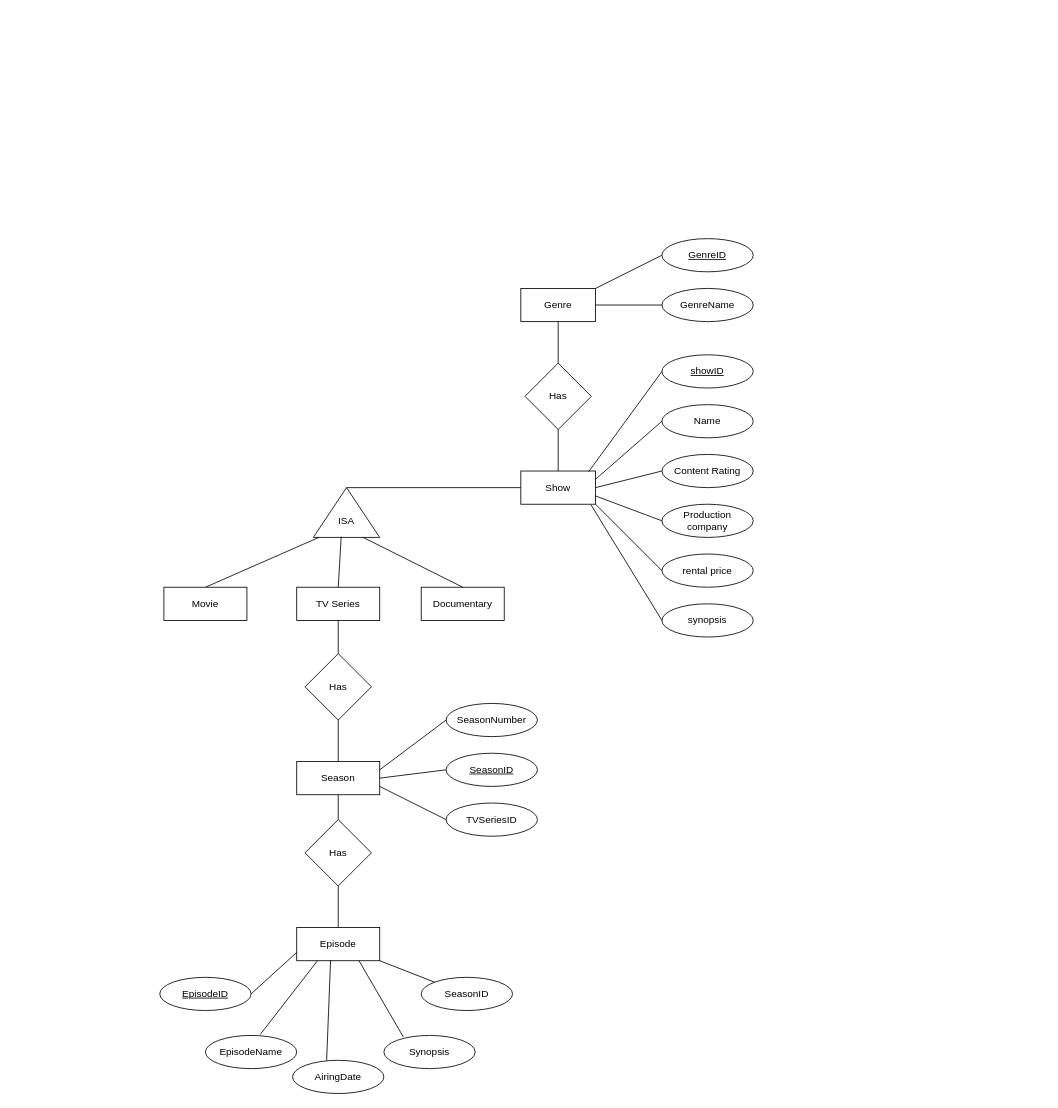
JeremyCrete/363A1 keeps this draw.io diagram as Q1.drawio. Above is the earlier version. Source tidied: cells renumbered, new cells numbered last; positions are measured from the earlier drawing's top-left corner, leaving out a move shared by most shapes. Both pictures are drawn from the tidied source at 83%, with x=0, y=0 at pixel (159, 238).
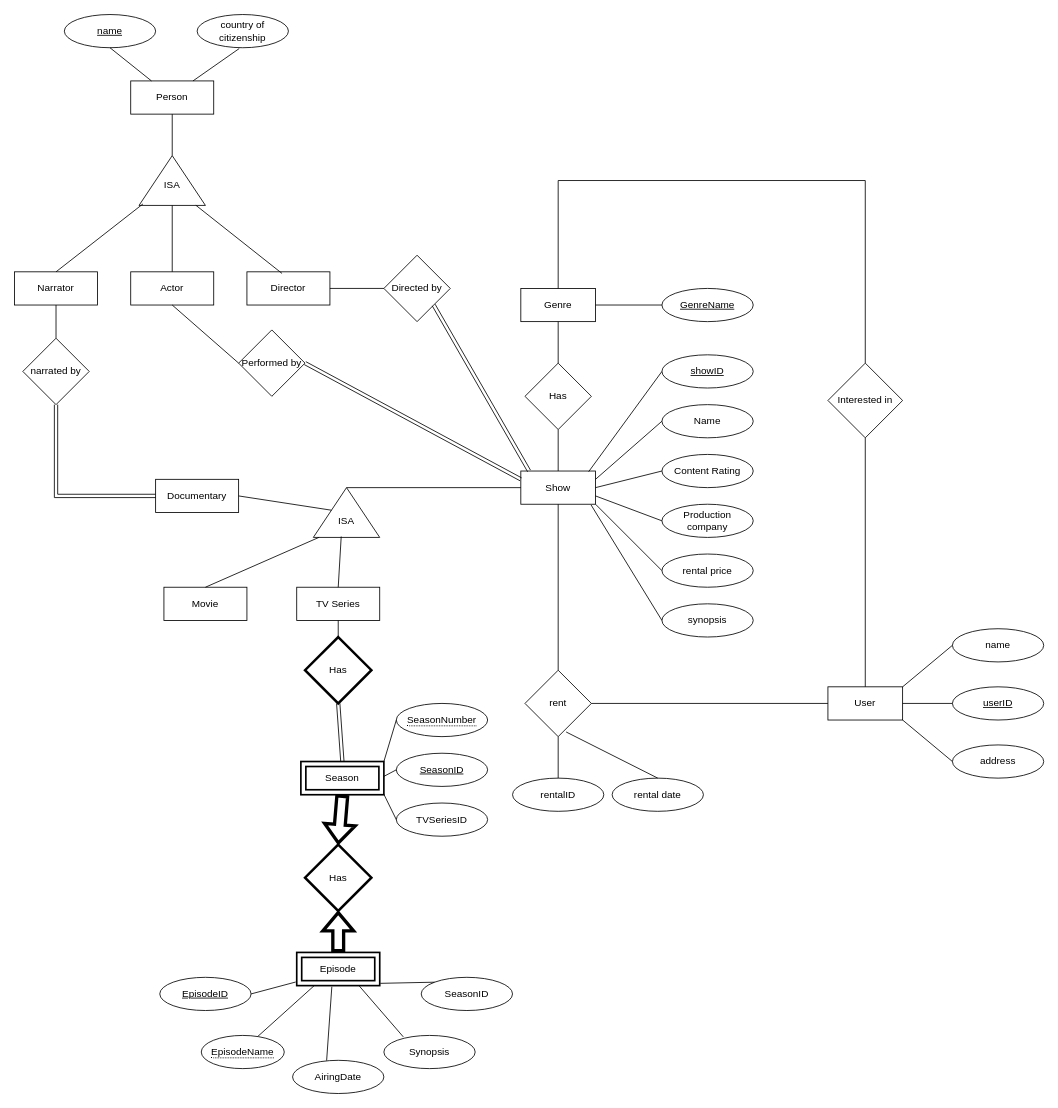
Above is the later version.

Unchanged cells that the change refers to:
```xml
<mxCell id="2" value="Show" style="html=1;whiteSpace=wrap;" parent="1" vertex="1">
  <mxGeometry x="435" y="280" width="90" height="40" as="geometry" />
</mxCell>
<mxCell id="15" style="triangle;whiteSpace=wrap;html=1;rotation=-90;" parent="1" vertex="1">
  <mxGeometry x="195" y="290" width="60" height="80" as="geometry" />
</mxCell>
<mxCell id="20" value="TV Series" style="rounded=0;whiteSpace=wrap;html=1;" parent="1" vertex="1">
  <mxGeometry x="165" y="420" width="100" height="40" as="geometry" />
</mxCell>
<mxCell id="23" value="Genre" style="html=1;whiteSpace=wrap;" parent="1" vertex="1">
  <mxGeometry x="435" y="60" width="90" height="40" as="geometry" />
</mxCell>
<mxCell id="46" value="&lt;u&gt;EpisodeID&lt;/u&gt;" style="ellipse;whiteSpace=wrap;html=1;" parent="1" vertex="1">
  <mxGeometry y="890" width="110" height="40" as="geometry" />
</mxCell>
<mxCell id="47" value="SeasonID" style="ellipse;whiteSpace=wrap;html=1;" parent="1" vertex="1">
  <mxGeometry x="315" y="890" width="110" height="40" as="geometry" />
</mxCell>
<mxCell id="50" value="AiringDate" style="ellipse;whiteSpace=wrap;html=1;" parent="1" vertex="1">
  <mxGeometry x="160" y="990" width="110" height="40" as="geometry" />
</mxCell>
```

Change to the diagram source:
```diff
@@
     <mxCell id="19" value="Documentary" style="rounded=0;whiteSpace=wrap;html=1;" parent="1" vertex="1">
-      <mxGeometry x="315" y="420" width="100" height="40" as="geometry" />
+      <mxGeometry x="-5" y="290" width="100" height="40" as="geometry" />
     </mxCell>
@@
-    <mxCell id="25" value="GenreName" style="ellipse;whiteSpace=wrap;html=1;" parent="1" vertex="1">
+    <mxCell id="25" value="&lt;u&gt;GenreName&lt;/u&gt;" style="ellipse;whiteSpace=wrap;html=1;" parent="1" vertex="1">
       <mxGeometry x="605" y="60" width="110" height="40" as="geometry" />
     </mxCell>
@@
-    <mxCell id="28" style="endArrow=none;html=1;rounded=0;entryX=0;entryY=0.75;entryDx=0;entryDy=0;exitX=0.5;exitY=0;exitDx=0;exitDy=0;" parent="1" edge="1" source="19" target="15">
+    <mxCell id="28" style="endArrow=none;html=1;rounded=0;entryX=1;entryY=0.5;entryDx=0;entryDy=0;" parent="1" edge="1" source="15" target="19">
       <mxGeometry relative="1" as="geometry" />
     </mxCell>
@@
-    <mxCell id="30" value="Season" style="rounded=0;whiteSpace=wrap;html=1;" parent="1" vertex="1">
-      <mxGeometry x="165" y="630" width="100" height="40" as="geometry" />
-    </mxCell>
-    <mxCell id="31" value="Episode" style="rounded=0;whiteSpace=wrap;html=1;" parent="1" vertex="1">
-      <mxGeometry x="165" y="830" width="100" height="40" as="geometry" />
-    </mxCell>
-    <mxCell id="32" style="endArrow=none;html=1;rounded=0;exitX=1;exitY=0;exitDx=0;exitDy=0;entryX=0;entryY=0.5;entryDx=0;entryDy=0;" parent="1" edge="1" source="23" target="33">
-      <mxGeometry relative="1" as="geometry" />
-    </mxCell>
-    <mxCell id="33" value="&lt;u&gt;GenreID&lt;/u&gt;" style="ellipse;whiteSpace=wrap;html=1;" parent="1" vertex="1">
-      <mxGeometry x="605" width="110" height="40" as="geometry" />
-    </mxCell>
-    <mxCell id="34" value="Has" style="rhombus;whiteSpace=wrap;html=1;" parent="1" vertex="1">
-      <mxGeometry x="175" y="500" width="80" height="80" as="geometry" />
+    <mxCell id="34" value="Has" style="rhombus;whiteSpace=wrap;html=1;strokeWidth=3;" parent="1" vertex="1">
+      <mxGeometry x="175" y="480" width="80" height="80" as="geometry" />
     </mxCell>
-    <mxCell id="35" value="Has" style="rhombus;whiteSpace=wrap;html=1;" parent="1" vertex="1">
-      <mxGeometry x="175" y="700" width="80" height="80" as="geometry" />
+    <mxCell id="35" value="Has" style="rhombus;whiteSpace=wrap;html=1;strokeWidth=3;" parent="1" vertex="1">
+      <mxGeometry x="175" y="730" width="80" height="80" as="geometry" />
     </mxCell>
     <mxCell id="36" value="&lt;u&gt;SeasonID&lt;/u&gt;" style="ellipse;whiteSpace=wrap;html=1;" parent="1" vertex="1">
-      <mxGeometry x="345" y="620" width="110" height="40" as="geometry" />
+      <mxGeometry x="285" y="620" width="110" height="40" as="geometry" />
     </mxCell>
-    <mxCell id="37" value="SeasonNumber" style="ellipse;whiteSpace=wrap;html=1;" parent="1" vertex="1">
-      <mxGeometry x="345" y="560" width="110" height="40" as="geometry" />
-    </mxCell>
     <mxCell id="38" value="TVSeriesID" style="ellipse;whiteSpace=wrap;html=1;" parent="1" vertex="1">
-      <mxGeometry x="345" y="680" width="110" height="40" as="geometry" />
+      <mxGeometry x="285" y="680" width="110" height="40" as="geometry" />
     </mxCell>
-    <mxCell id="39" style="endArrow=none;html=1;rounded=0;exitX=1;exitY=0.25;exitDx=0;exitDy=0;entryX=0;entryY=0.5;entryDx=0;entryDy=0;" parent="1" edge="1" source="30" target="37">
+    <mxCell id="39" style="endArrow=none;html=1;rounded=0;exitX=1;exitY=0;exitDx=0;exitDy=0;entryX=0;entryY=0.5;entryDx=0;entryDy=0;" parent="1" edge="1" source="30" target="37">
       <mxGeometry relative="1" as="geometry" />
     </mxCell>
-    <mxCell id="40" style="endArrow=none;html=1;rounded=0;exitX=1;exitY=0.5;exitDx=0;exitDy=0;entryX=0;entryY=0.5;entryDx=0;entryDy=0;" parent="1" edge="1" source="30" target="36">
+    <mxCell id="40" style="endArrow=none;html=1;rounded=0;exitX=1.002;exitY=0.445;exitDx=0;exitDy=0;entryX=0;entryY=0.5;entryDx=0;entryDy=0;exitPerimeter=0;" parent="1" edge="1" source="30" target="36">
       <mxGeometry relative="1" as="geometry" />
     </mxCell>
-    <mxCell id="41" style="endArrow=none;html=1;rounded=0;exitX=1;exitY=0.75;exitDx=0;exitDy=0;entryX=0;entryY=0.5;entryDx=0;entryDy=0;" parent="1" edge="1" source="30" target="38">
+    <mxCell id="41" style="endArrow=none;html=1;rounded=0;exitX=0.982;exitY=0.895;exitDx=0;exitDy=0;entryX=0;entryY=0.5;entryDx=0;entryDy=0;exitPerimeter=0;" parent="1" edge="1" source="30" target="38">
       <mxGeometry relative="1" as="geometry" />
     </mxCell>
-    <mxCell id="42" style="endArrow=none;html=1;rounded=0;entryX=0.5;entryY=1;entryDx=0;entryDy=0;exitX=0.5;exitY=0;exitDx=0;exitDy=0;" parent="1" edge="1" source="34" target="20">
-      <mxGeometry relative="1" as="geometry" />
-    </mxCell>
-    <mxCell id="43" style="endArrow=none;html=1;rounded=0;entryX=0.5;entryY=1;entryDx=0;entryDy=0;exitX=0.5;exitY=0;exitDx=0;exitDy=0;" parent="1" edge="1" source="30" target="34">
-      <mxGeometry relative="1" as="geometry" />
-    </mxCell>
-    <mxCell id="44" style="endArrow=none;html=1;rounded=0;entryX=0.5;entryY=1;entryDx=0;entryDy=0;exitX=0.5;exitY=0;exitDx=0;exitDy=0;" parent="1" edge="1" source="35" target="30">
-      <mxGeometry relative="1" as="geometry" />
-    </mxCell>
-    <mxCell id="45" style="endArrow=none;html=1;rounded=0;entryX=0.5;entryY=1;entryDx=0;entryDy=0;exitX=0.5;exitY=0;exitDx=0;exitDy=0;" parent="1" edge="1" source="31" target="35">
-      <mxGeometry relative="1" as="geometry" />
-    </mxCell>
@@
-    <mxCell id="49" value="EpisodeName" style="ellipse;whiteSpace=wrap;html=1;" parent="1" vertex="1">
-      <mxGeometry x="55" y="960" width="110" height="40" as="geometry" />
-    </mxCell>
@@
-    <mxCell id="51" style="endArrow=none;html=1;rounded=0;entryX=0;entryY=0.75;entryDx=0;entryDy=0;exitX=1;exitY=0.5;exitDx=0;exitDy=0;" parent="1" edge="1" source="46" target="31">
+    <mxCell id="51" style="endArrow=none;html=1;rounded=0;entryX=-0.012;entryY=0.891;entryDx=0;entryDy=0;exitX=1;exitY=0.5;exitDx=0;exitDy=0;entryPerimeter=0;" parent="1" edge="1" source="46" target="31">
       <mxGeometry relative="1" as="geometry" />
     </mxCell>
-    <mxCell id="52" style="endArrow=none;html=1;rounded=0;entryX=0.25;entryY=1;entryDx=0;entryDy=0;exitX=0.6;exitY=-0.027;exitDx=0;exitDy=0;exitPerimeter=0;" parent="1" edge="1" source="49" target="31">
+    <mxCell id="52" style="endArrow=none;html=1;rounded=0;entryX=0.209;entryY=1.005;entryDx=0;entryDy=0;exitX=0.675;exitY=0.044;exitDx=0;exitDy=0;exitPerimeter=0;entryPerimeter=0;" parent="1" edge="1" source="49" target="31">
       <mxGeometry relative="1" as="geometry" />
     </mxCell>
-    <mxCell id="53" style="endArrow=none;html=1;rounded=0;entryX=0.408;entryY=0.985;entryDx=0;entryDy=0;entryPerimeter=0;exitX=0.373;exitY=0.008;exitDx=0;exitDy=0;exitPerimeter=0;" parent="1" edge="1" source="50" target="31">
+    <mxCell id="53" style="endArrow=none;html=1;rounded=0;entryX=0.423;entryY=1.032;entryDx=0;entryDy=0;entryPerimeter=0;exitX=0.373;exitY=0.008;exitDx=0;exitDy=0;exitPerimeter=0;" parent="1" edge="1" source="50" target="31">
       <mxGeometry relative="1" as="geometry" />
     </mxCell>
@@
-    <mxCell id="55" style="endArrow=none;html=1;rounded=0;entryX=1;entryY=1;entryDx=0;entryDy=0;exitX=0;exitY=0;exitDx=0;exitDy=0;" parent="1" edge="1" source="47" target="31">
+    <mxCell id="55" style="endArrow=none;html=1;rounded=0;entryX=1.007;entryY=0.931;entryDx=0;entryDy=0;exitX=0;exitY=0;exitDx=0;exitDy=0;entryPerimeter=0;" parent="1" edge="1" source="47" target="31">
       <mxGeometry relative="1" as="geometry" />
     </mxCell>
+    <mxCell id="56" value="Director" style="rounded=0;whiteSpace=wrap;html=1;" parent="1" vertex="1">
+      <mxGeometry x="105" y="40" width="100" height="40" as="geometry" />
+    </mxCell>
+    <mxCell id="57" value="Actor" style="rounded=0;whiteSpace=wrap;html=1;" parent="1" vertex="1">
+      <mxGeometry x="-35" y="40" width="100" height="40" as="geometry" />
+    </mxCell>
+    <mxCell id="58" value="Narrator" style="rounded=0;whiteSpace=wrap;html=1;" parent="1" vertex="1">
+      <mxGeometry x="-175" y="40" width="100" height="40" as="geometry" />
+    </mxCell>
+    <mxCell id="59" style="triangle;whiteSpace=wrap;html=1;rotation=-90;" parent="1" vertex="1">
+      <mxGeometry x="-15" y="-110" width="60" height="80" as="geometry" />
+    </mxCell>
+    <mxCell id="60" value="ISA" style="text;html=1;align=center;verticalAlign=middle;whiteSpace=wrap;rounded=0;" parent="1" vertex="1">
+      <mxGeometry x="-15" y="-80" width="60" height="30" as="geometry" />
+    </mxCell>
+    <mxCell id="61" style="endArrow=none;html=1;rounded=0;entryX=0;entryY=0.5;entryDx=0;entryDy=0;exitX=0.5;exitY=0;exitDx=0;exitDy=0;" parent="1" edge="1" source="57" target="59">
+      <mxGeometry relative="1" as="geometry" />
+    </mxCell>
+    <mxCell id="62" value="Person" style="rounded=0;whiteSpace=wrap;html=1;" parent="1" vertex="1">
+      <mxGeometry x="-35" y="-190" width="100" height="40" as="geometry" />
+    </mxCell>
+    <mxCell id="63" style="endArrow=none;html=1;rounded=0;entryX=0.5;entryY=1;entryDx=0;entryDy=0;exitX=1;exitY=0.5;exitDx=0;exitDy=0;" parent="1" edge="1" source="59" target="62">
+      <mxGeometry relative="1" as="geometry" />
+    </mxCell>
+    <mxCell id="64" style="endArrow=none;html=1;rounded=0;entryX=0.03;entryY=0.059;entryDx=0;entryDy=0;entryPerimeter=0;exitX=0.5;exitY=0;exitDx=0;exitDy=0;" parent="1" edge="1" source="58" target="59">
+      <mxGeometry relative="1" as="geometry" />
+    </mxCell>
+    <mxCell id="65" style="endArrow=none;html=1;rounded=0;entryX=0.003;entryY=0.856;entryDx=0;entryDy=0;entryPerimeter=0;exitX=0.423;exitY=0.049;exitDx=0;exitDy=0;exitPerimeter=0;" parent="1" edge="1" source="56" target="59">
+      <mxGeometry relative="1" as="geometry" />
+    </mxCell>
+    <mxCell id="66" value="Directed by" style="rhombus;whiteSpace=wrap;html=1;" parent="1" vertex="1">
+      <mxGeometry x="270" y="20" width="80" height="80" as="geometry" />
+    </mxCell>
+    <mxCell id="67" style="endArrow=none;html=1;rounded=0;entryX=0;entryY=0.5;entryDx=0;entryDy=0;exitX=1;exitY=0.5;exitDx=0;exitDy=0;" parent="1" edge="1" source="56" target="66">
+      <mxGeometry relative="1" as="geometry" />
+    </mxCell>
+    <mxCell id="68" value="Performed by" style="rhombus;whiteSpace=wrap;html=1;" parent="1" vertex="1">
+      <mxGeometry x="95" y="110" width="80" height="80" as="geometry" />
+    </mxCell>
+    <mxCell id="69" style="endArrow=none;html=1;rounded=0;entryX=0;entryY=0.5;entryDx=0;entryDy=0;exitX=0.5;exitY=1;exitDx=0;exitDy=0;" parent="1" edge="1" source="57" target="68">
+      <mxGeometry relative="1" as="geometry" />
+    </mxCell>
+    <mxCell id="70" value="&lt;u&gt;name&lt;/u&gt;" style="ellipse;whiteSpace=wrap;html=1;strokeColor=default;align=center;verticalAlign=middle;fontFamily=Helvetica;fontSize=12;fontColor=default;fillColor=default;" parent="1" vertex="1">
+      <mxGeometry x="-115" y="-270" width="110" height="40" as="geometry" />
+    </mxCell>
+    <mxCell id="71" value="country of citizenship" style="ellipse;whiteSpace=wrap;html=1;strokeColor=default;align=center;verticalAlign=middle;fontFamily=Helvetica;fontSize=12;fontColor=default;fillColor=default;" parent="1" vertex="1">
+      <mxGeometry x="45" y="-270" width="110" height="40" as="geometry" />
+    </mxCell>
+    <mxCell id="72" style="endArrow=none;html=1;rounded=0;entryX=0.5;entryY=1;entryDx=0;entryDy=0;" parent="1" edge="1" source="62" target="70">
+      <mxGeometry relative="1" as="geometry" />
+    </mxCell>
+    <mxCell id="73" style="endArrow=none;html=1;rounded=0;entryX=0.461;entryY=1.025;entryDx=0;entryDy=0;entryPerimeter=0;exitX=0.75;exitY=0;exitDx=0;exitDy=0;" parent="1" edge="1" source="62" target="71">
+      <mxGeometry relative="1" as="geometry" />
+    </mxCell>
+    <mxCell id="74" value="narrated by" style="rhombus;whiteSpace=wrap;html=1;" parent="1" vertex="1">
+      <mxGeometry x="-165" y="120" width="80" height="80" as="geometry" />
+    </mxCell>
+    <mxCell id="75" style="endArrow=none;html=1;rounded=0;entryX=0.5;entryY=1;entryDx=0;entryDy=0;exitX=0.5;exitY=0;exitDx=0;exitDy=0;" parent="1" edge="1" source="74" target="58">
+      <mxGeometry relative="1" as="geometry" />
+    </mxCell>
+    <mxCell id="31" value="Episode" style="shape=ext;margin=3;double=1;whiteSpace=wrap;html=1;align=center;strokeWidth=2;" parent="1" vertex="1">
+      <mxGeometry x="165" y="860" width="100" height="40" as="geometry" />
+    </mxCell>
+    <mxCell id="76" style="shape=link;html=1;rounded=0;entryX=0;entryY=0.25;entryDx=0;entryDy=0;exitX=1;exitY=0.5;exitDx=0;exitDy=0;" parent="1" edge="1" source="68" target="2">
+      <mxGeometry relative="1" as="geometry" />
+    </mxCell>
+    <mxCell id="77" style="shape=link;html=1;rounded=0;entryX=0.11;entryY=-0.003;entryDx=0;entryDy=0;entryPerimeter=0;exitX=1;exitY=1;exitDx=0;exitDy=0;" parent="1" edge="1" source="66" target="2">
+      <mxGeometry relative="1" as="geometry" />
+    </mxCell>
+    <mxCell id="78" style="html=1;whiteSpace=wrap;align=right;verticalAlign=bottom;" parent="77" vertex="1">
+      <mxGeometry x="1" relative="1" as="geometry" />
+    </mxCell>
+    <mxCell id="79" style="shape=link;html=1;rounded=0;exitX=0.5;exitY=1;exitDx=0;exitDy=0;entryX=0;entryY=0.5;entryDx=0;entryDy=0;" parent="1" edge="1" source="74" target="19">
+      <mxGeometry relative="1" as="geometry">
+        <Array as="points">
+          <mxPoint x="-125" y="310" />
+        </Array>
+      </mxGeometry>
+    </mxCell>
+    <mxCell id="80" value="rent" style="rhombus;whiteSpace=wrap;html=1;" parent="1" vertex="1">
+      <mxGeometry x="440" y="520" width="80" height="80" as="geometry" />
+    </mxCell>
+    <mxCell id="81" style="endArrow=none;html=1;rounded=0;entryX=0.5;entryY=1;entryDx=0;entryDy=0;exitX=0.5;exitY=0;exitDx=0;exitDy=0;" parent="1" edge="1" source="80" target="2">
+      <mxGeometry relative="1" as="geometry" />
+    </mxCell>
+    <mxCell id="82" value="rentalID" style="ellipse;whiteSpace=wrap;html=1;" parent="1" vertex="1">
+      <mxGeometry x="425" y="650" width="110" height="40" as="geometry" />
+    </mxCell>
+    <mxCell id="83" value="rental date" style="ellipse;whiteSpace=wrap;html=1;" parent="1" vertex="1">
+      <mxGeometry x="545" y="650" width="110" height="40" as="geometry" />
+    </mxCell>
+    <mxCell id="84" style="endArrow=none;html=1;rounded=0;entryX=0.5;entryY=1;entryDx=0;entryDy=0;exitX=0.5;exitY=0;exitDx=0;exitDy=0;" parent="1" edge="1" source="82" target="80">
+      <mxGeometry relative="1" as="geometry" />
+    </mxCell>
+    <mxCell id="85" style="endArrow=none;html=1;rounded=0;exitX=0.5;exitY=0;exitDx=0;exitDy=0;entryX=0.62;entryY=0.93;entryDx=0;entryDy=0;entryPerimeter=0;" parent="1" edge="1" source="83" target="80">
+      <mxGeometry relative="1" as="geometry" />
+    </mxCell>
+    <mxCell id="86" value="User" style="html=1;whiteSpace=wrap;" parent="1" vertex="1">
+      <mxGeometry x="805" y="540" width="90" height="40" as="geometry" />
+    </mxCell>
+    <mxCell id="87" value="name" style="ellipse;whiteSpace=wrap;html=1;" parent="1" vertex="1">
+      <mxGeometry x="955" y="470" width="110" height="40" as="geometry" />
+    </mxCell>
+    <mxCell id="88" value="&lt;u&gt;userID&lt;/u&gt;" style="ellipse;whiteSpace=wrap;html=1;" parent="1" vertex="1">
+      <mxGeometry x="955" y="540" width="110" height="40" as="geometry" />
+    </mxCell>
+    <mxCell id="89" value="address" style="ellipse;whiteSpace=wrap;html=1;" parent="1" vertex="1">
+      <mxGeometry x="955" y="610" width="110" height="40" as="geometry" />
+    </mxCell>
+    <mxCell id="90" style="endArrow=none;html=1;rounded=0;entryX=0;entryY=0.5;entryDx=0;entryDy=0;exitX=1;exitY=0;exitDx=0;exitDy=0;" parent="1" edge="1" source="86" target="87">
+      <mxGeometry relative="1" as="geometry" />
+    </mxCell>
+    <mxCell id="91" style="endArrow=none;html=1;rounded=0;entryX=0;entryY=0.5;entryDx=0;entryDy=0;exitX=1;exitY=0.5;exitDx=0;exitDy=0;" parent="1" edge="1" source="86" target="88">
+      <mxGeometry relative="1" as="geometry" />
+    </mxCell>
+    <mxCell id="92" style="endArrow=none;html=1;rounded=0;entryX=0;entryY=0.5;entryDx=0;entryDy=0;exitX=1;exitY=1;exitDx=0;exitDy=0;" parent="1" edge="1" source="86" target="89">
+      <mxGeometry relative="1" as="geometry" />
+    </mxCell>
+    <mxCell id="93" style="endArrow=none;html=1;rounded=0;exitX=1;exitY=0.5;exitDx=0;exitDy=0;entryX=0;entryY=0.5;entryDx=0;entryDy=0;" parent="1" edge="1" source="80" target="86">
+      <mxGeometry relative="1" as="geometry" />
+    </mxCell>
+    <mxCell id="94" value="Interested in" style="rhombus;whiteSpace=wrap;html=1;" parent="1" vertex="1">
+      <mxGeometry x="805" y="150" width="90" height="90" as="geometry" />
+    </mxCell>
+    <mxCell id="95" style="endArrow=none;html=1;rounded=0;entryX=0.5;entryY=1;entryDx=0;entryDy=0;exitX=0.5;exitY=0;exitDx=0;exitDy=0;" parent="1" edge="1" source="86" target="94">
+      <mxGeometry relative="1" as="geometry" />
+    </mxCell>
+    <mxCell id="96" style="endArrow=none;html=1;rounded=0;entryX=0.5;entryY=0;entryDx=0;entryDy=0;" parent="1" edge="1" target="94">
+      <mxGeometry relative="1" as="geometry">
+        <mxPoint x="480" y="-70" as="sourcePoint" />
+        <Array as="points">
+          <mxPoint x="850" y="-70" />
+        </Array>
+      </mxGeometry>
+    </mxCell>
+    <mxCell id="97" style="endArrow=none;html=1;rounded=0;exitX=0.5;exitY=0;exitDx=0;exitDy=0;" parent="1" edge="1" source="23">
+      <mxGeometry relative="1" as="geometry">
+        <mxPoint x="480" y="-70" as="targetPoint" />
+      </mxGeometry>
+    </mxCell>
+    <mxCell id="49" value="&lt;span style=&quot;border-bottom-width: 1px; border-bottom-style: dotted; border-bottom-color: currentcolor;&quot;&gt;EpisodeName&lt;/span&gt;" style="ellipse;whiteSpace=wrap;html=1;align=center;" parent="1" vertex="1">
+      <mxGeometry x="50" y="960" width="100" height="40" as="geometry" />
+    </mxCell>
+    <mxCell id="37" value="&lt;span style=&quot;border-bottom-width: 1px; border-bottom-style: dotted; border-bottom-color: currentcolor;&quot;&gt;SeasonNumber&lt;/span&gt;" style="ellipse;whiteSpace=wrap;html=1;align=center;" parent="1" vertex="1">
+      <mxGeometry x="285" y="560" width="110" height="40" as="geometry" />
+    </mxCell>
+    <mxCell id="30" value="Season" style="shape=ext;margin=3;double=1;whiteSpace=wrap;html=1;align=center;strokeWidth=2;" parent="1" vertex="1">
+      <mxGeometry x="170" y="630" width="100" height="40" as="geometry" />
+    </mxCell>
+    <mxCell id="45" style="shape=flexArrow;endArrow=classic;html=1;rounded=0;fillColor=none;strokeWidth=4;exitX=0.5;exitY=0;exitDx=0;exitDy=0;" parent="1" edge="1" source="31" target="35">
+      <mxGeometry relative="1" as="geometry" />
+    </mxCell>
+    <mxCell id="98" style="shape=link;html=1;rounded=0;entryX=0.5;entryY=0;entryDx=0;entryDy=0;exitX=0.5;exitY=1;exitDx=0;exitDy=0;" parent="1" edge="1" source="34" target="30">
+      <mxGeometry relative="1" as="geometry" />
+    </mxCell>
+    <mxCell id="99" style="html=1;whiteSpace=wrap;align=right;verticalAlign=bottom;" parent="98" vertex="1">
+      <mxGeometry x="1" relative="1" as="geometry" />
+    </mxCell>
+    <mxCell id="100" style="shape=flexArrow;endArrow=classic;html=1;rounded=0;fillColor=none;strokeWidth=4;exitX=0.5;exitY=1;exitDx=0;exitDy=0;entryX=0.5;entryY=0;entryDx=0;entryDy=0;" parent="1" edge="1" source="30" target="35">
+      <mxGeometry relative="1" as="geometry" />
+    </mxCell>
+    <mxCell id="42" style="endArrow=none;html=1;rounded=0;entryX=0.5;entryY=1;entryDx=0;entryDy=0;exitX=0.5;exitY=0;exitDx=0;exitDy=0;" parent="1" edge="1" source="34" target="20">
+      <mxGeometry relative="1" as="geometry" />
+    </mxCell>
```
